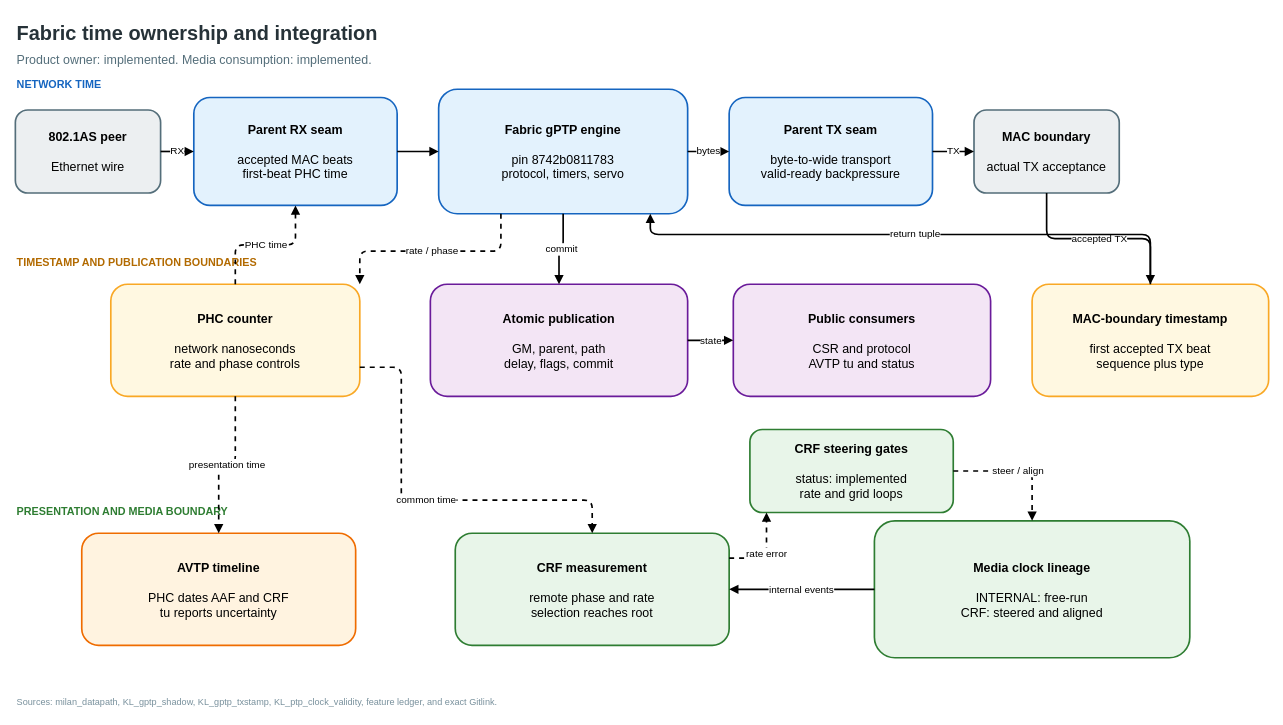
Earlier version of the draw.io diagram docs/diagrams/timesync_chain.drawio (kebag-logic/milan-fpga). Source tidied: cells renumbered, new cells numbered last; positions are measured from the earlier drawing's top-left corner, leaving out a move shared by most shapes. Both pictures are drawn from the tidied source at 83%, with x=0, y=0 at pixel (15, 14).
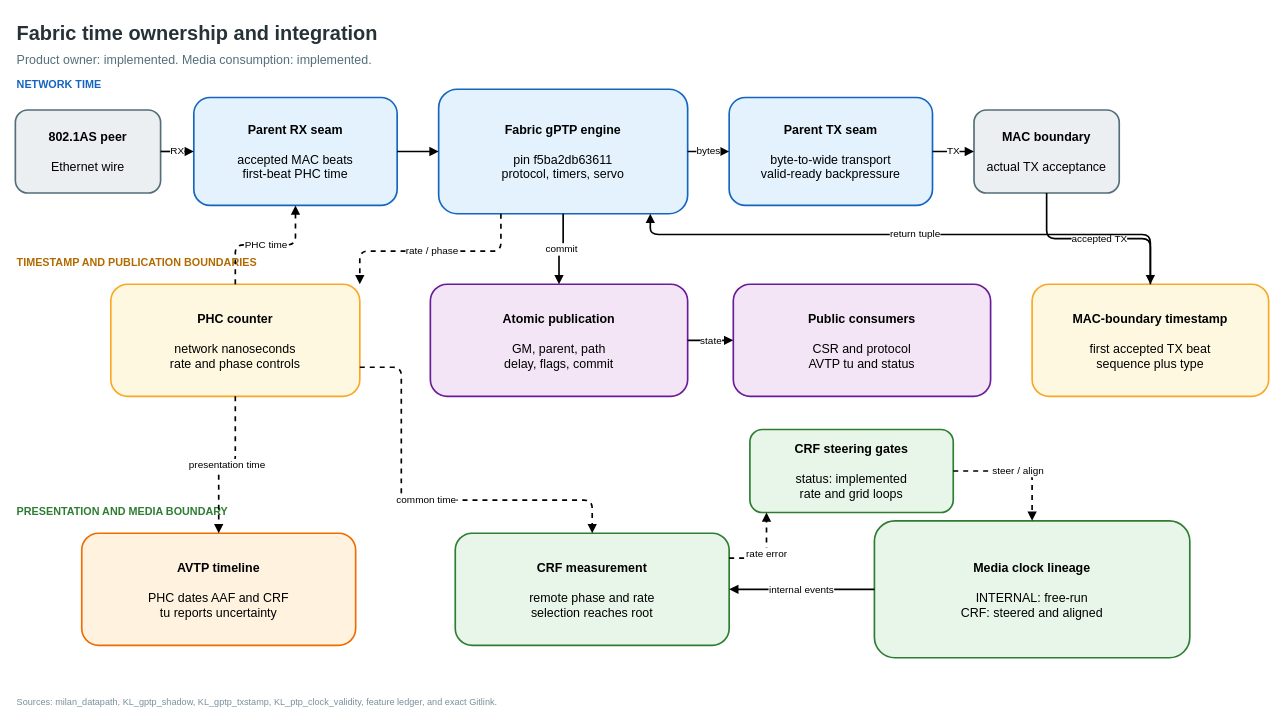
Above is the later version.

The edit, as a diff of the source:
```diff
@@
-    <mxCell id="10" value="&lt;b&gt;Fabric gPTP engine&lt;/b&gt;&lt;br&gt;&lt;br&gt;pin 8742b0811783&lt;br&gt;protocol, timers, servo" style="rounded=1;whiteSpace=wrap;html=1;verticalAlign=middle;align=center;fontSize=15;strokeWidth=2;fillColor=#E3F2FD;strokeColor=#1565C0;" parent="1" vertex="1">
+    <mxCell id="10" value="&lt;b&gt;Fabric gPTP engine&lt;/b&gt;&lt;br&gt;&lt;br&gt;pin f5ba2db63611&lt;br&gt;protocol, timers, servo" style="rounded=1;whiteSpace=wrap;html=1;verticalAlign=middle;align=center;fontSize=15;strokeWidth=2;fillColor=#E3F2FD;strokeColor=#1565C0;" parent="1" vertex="1">
       <mxGeometry x="510" y="90" width="300" height="150" as="geometry" />
     </mxCell>
```
